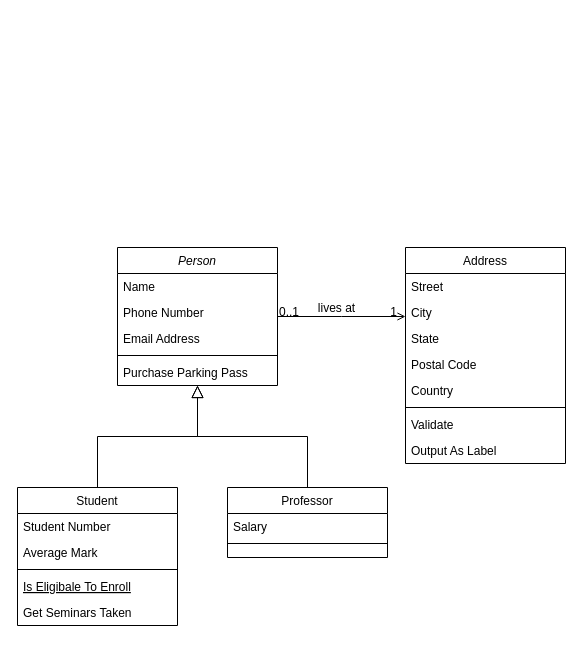
ChenPengyao/drawio keeps this draw.io diagram as ESIndex.drawio. Above is the earlier version. Source tidied: cells renumbered, new cells numbered last; positions are measured from the earlier drawing's top-left corner, leaving out a move shared by most shapes. Both pictures are drawn from the tidied source at 100%, with x=0, y=0 at pixel (17, 247).
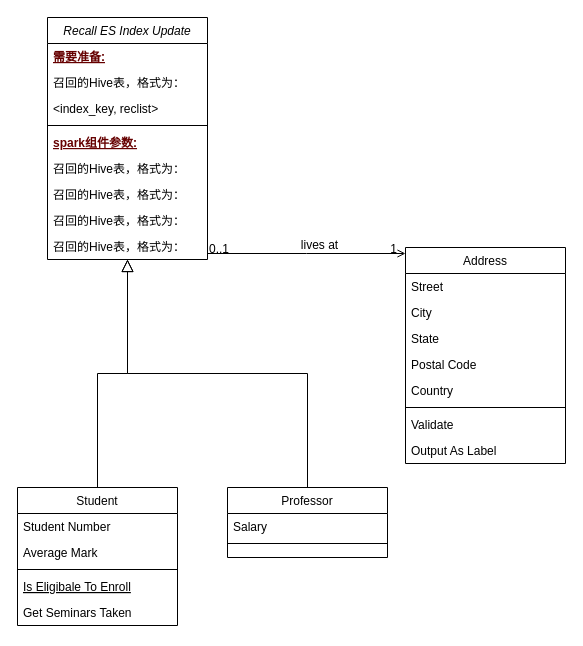
After the change.

Diff of the diagram source:
```diff
@@
-    <mxCell id="2" value="Person" style="swimlane;fontStyle=2;align=center;verticalAlign=top;horizontal=1;startSize=26;rounded=0;shadow=0;strokeWidth=1;" parent="1" vertex="1">
-      <mxGeometry x="100" width="160" height="138" as="geometry" />
+    <mxCell id="2" value="Recall ES Index Update" style="swimlane;fontStyle=2;align=center;verticalAlign=top;horizontal=1;startSize=26;rounded=0;shadow=0;strokeWidth=1;" parent="1" vertex="1">
+      <mxGeometry x="30" y="-230" width="160" height="242" as="geometry" />
     </mxCell>
-    <mxCell id="3" value="Name" style="text;align=left;verticalAlign=top;spacingLeft=4;spacingRight=4;overflow=hidden;" parent="2" vertex="1">
+    <mxCell id="3" value="需要准备:" style="text;align=left;verticalAlign=top;spacingLeft=4;spacingRight=4;overflow=hidden;fontStyle=5;fontColor=#660000;" parent="2" vertex="1">
       <mxGeometry y="26" width="160" height="26" as="geometry" />
     </mxCell>
-    <mxCell id="4" value="Phone Number" style="text;align=left;verticalAlign=top;spacingLeft=4;spacingRight=4;overflow=hidden;rounded=0;shadow=0;html=0;" parent="2" vertex="1">
+    <mxCell id="4" value="召回的Hive表，格式为：" style="text;align=left;verticalAlign=top;spacingLeft=4;spacingRight=4;overflow=hidden;rounded=0;shadow=0;html=0;" parent="2" vertex="1">
       <mxGeometry y="52" width="160" height="26" as="geometry" />
     </mxCell>
-    <mxCell id="5" value="Email Address" style="text;align=left;verticalAlign=top;spacingLeft=4;spacingRight=4;overflow=hidden;rounded=0;shadow=0;html=0;" parent="2" vertex="1">
+    <mxCell id="5" value="&lt;index_key, reclist&gt;" style="text;align=left;verticalAlign=top;spacingLeft=4;spacingRight=4;overflow=hidden;rounded=0;shadow=0;html=0;" parent="2" vertex="1">
       <mxGeometry y="78" width="160" height="26" as="geometry" />
     </mxCell>
@@
-    <mxCell id="7" value="Purchase Parking Pass" style="text;align=left;verticalAlign=top;spacingLeft=4;spacingRight=4;overflow=hidden;" parent="2" vertex="1">
+    <mxCell id="7" value="spark组件参数:" style="text;align=left;verticalAlign=top;spacingLeft=4;spacingRight=4;overflow=hidden;fontStyle=5;fontColor=#660000;" parent="2" vertex="1">
       <mxGeometry y="112" width="160" height="26" as="geometry" />
     </mxCell>
+    <mxCell id="32" value="召回的Hive表，格式为：" style="text;align=left;verticalAlign=top;spacingLeft=4;spacingRight=4;overflow=hidden;rounded=0;shadow=0;html=0;" parent="2" vertex="1">
+      <mxGeometry y="138" width="160" height="26" as="geometry" />
+    </mxCell>
+    <mxCell id="33" value="召回的Hive表，格式为：" style="text;align=left;verticalAlign=top;spacingLeft=4;spacingRight=4;overflow=hidden;rounded=0;shadow=0;html=0;" parent="2" vertex="1">
+      <mxGeometry y="164" width="160" height="26" as="geometry" />
+    </mxCell>
+    <mxCell id="34" value="召回的Hive表，格式为：" style="text;align=left;verticalAlign=top;spacingLeft=4;spacingRight=4;overflow=hidden;rounded=0;shadow=0;html=0;" parent="2" vertex="1">
+      <mxGeometry y="190" width="160" height="26" as="geometry" />
+    </mxCell>
+    <mxCell id="35" value="召回的Hive表，格式为：" style="text;align=left;verticalAlign=top;spacingLeft=4;spacingRight=4;overflow=hidden;rounded=0;shadow=0;html=0;" parent="2" vertex="1">
+      <mxGeometry y="216" width="160" height="26" as="geometry" />
+    </mxCell>
```
